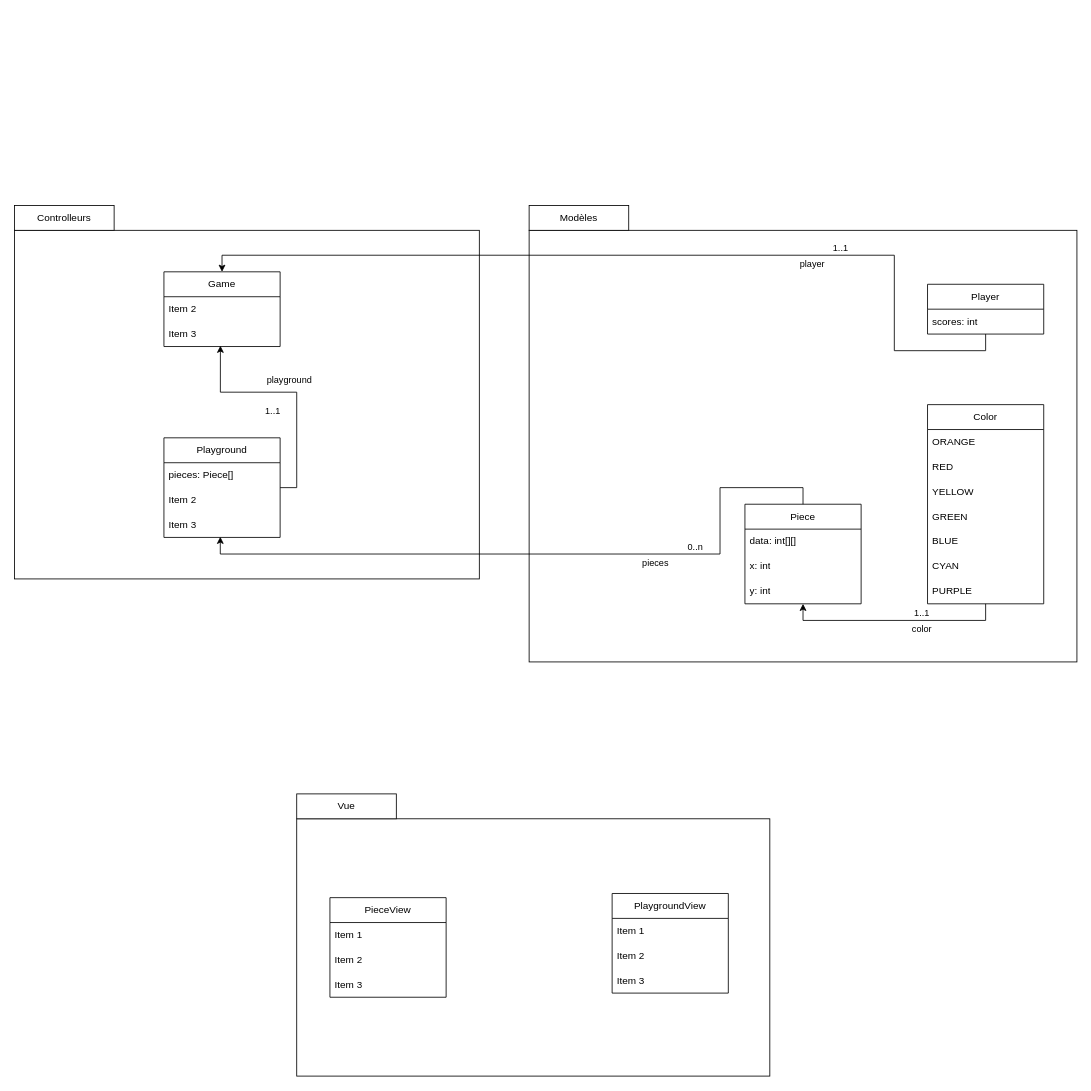
Above: UML.drawio in ESEO-School-project/Tetris (draw.io), before the change. Source tidied: cells renumbered, new cells numbered last; positions are measured from the earlier drawing's top-left corner, leaving out a move shared by most shapes. Both pictures are drawn from the tidied source at 83%, with x=0, y=0 at pixel (14, 205).
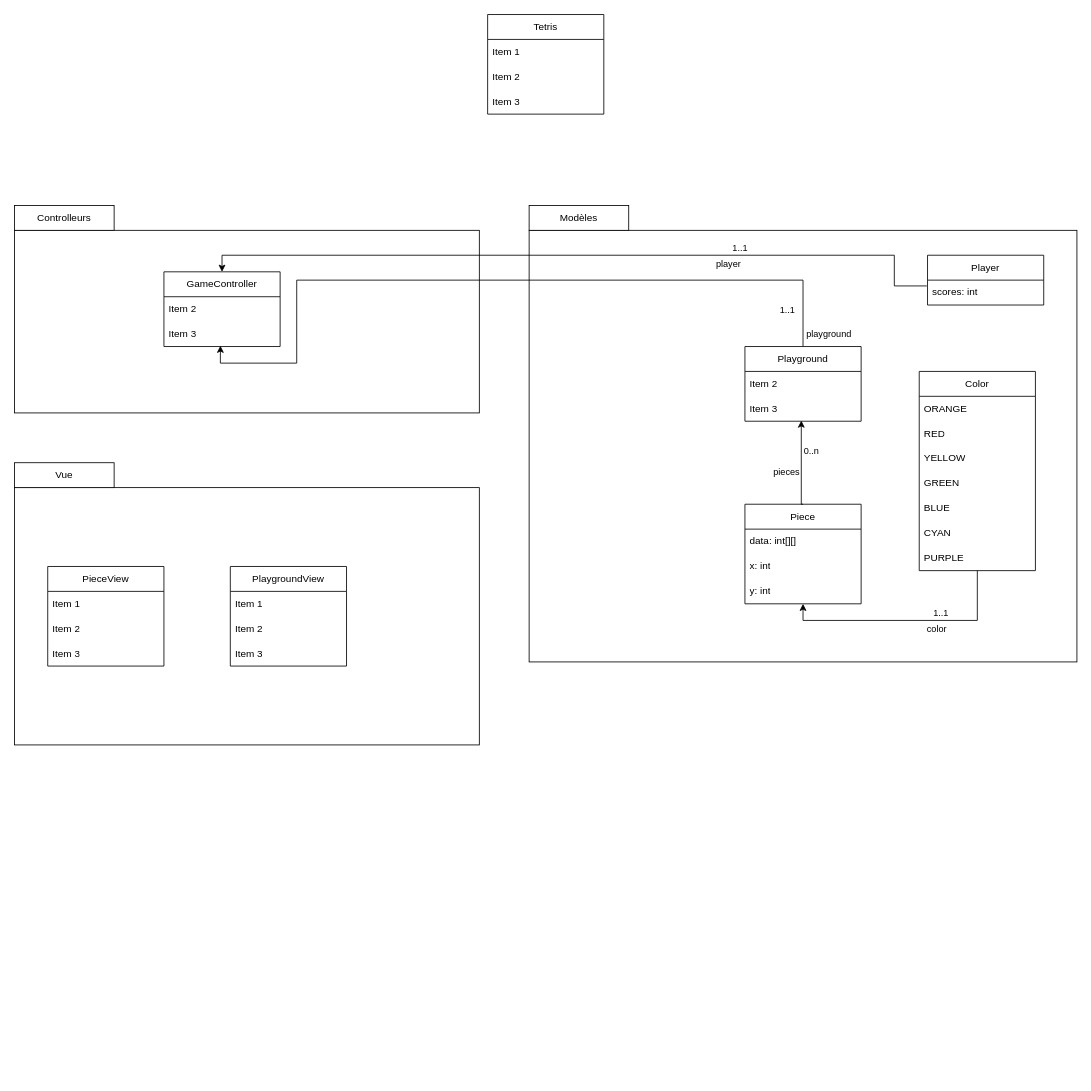
The same diagram, later.

Commit message (it also covers changes not shown here):
Mettre à jour UML.drawio

Unchanged cells that the change refers to:
```xml
<mxCell id="6" value="Item 3" style="text;strokeColor=none;fillColor=none;align=left;verticalAlign=middle;spacingLeft=4;spacingRight=4;overflow=hidden;points=[[0,0.5],[1,0.5]];portConstraint=eastwest;whiteSpace=wrap;html=1;" parent="4" vertex="1">
  <mxGeometry y="60" width="140" height="30" as="geometry" />
</mxCell>
<mxCell id="11" value="scores: int" style="text;strokeColor=none;fillColor=none;align=left;verticalAlign=middle;spacingLeft=4;spacingRight=4;overflow=hidden;points=[[0,0.5],[1,0.5]];portConstraint=eastwest;whiteSpace=wrap;html=1;" parent="10" vertex="1">
  <mxGeometry y="30" width="140" height="30" as="geometry" />
</mxCell>
<mxCell id="16" value="Piece" style="swimlane;fontStyle=0;horizontal=1;startSize=30;whiteSpace=wrap;html=1;" parent="1" vertex="1">
  <mxGeometry x="880" y="360" width="140" height="120" as="geometry" />
</mxCell>
```

The edit, as a diff of the source:
```diff
@@
     <mxCell id="2" style="rounded=0;whiteSpace=wrap;html=1;" parent="1" vertex="1">
-      <mxGeometry y="30" width="560" height="420" as="geometry" />
+      <mxGeometry y="30" width="560" height="220" as="geometry" />
     </mxCell>
@@
-    <mxCell id="4" value="Game" style="swimlane;fontStyle=0;horizontal=1;startSize=30;whiteSpace=wrap;html=1;" parent="1" vertex="1">
+    <mxCell id="4" value="GameController" style="swimlane;fontStyle=0;horizontal=1;startSize=30;whiteSpace=wrap;html=1;" parent="1" vertex="1">
       <mxGeometry x="180" y="80" width="140" height="90" as="geometry" />
     </mxCell>
@@
-    <mxCell id="7" style="edgeStyle=orthogonalEdgeStyle;rounded=0;jettySize=auto;html=1;exitX=0.5;exitY=1;exitDx=0;exitDy=0;entryX=0.5;entryY=0;entryDx=0;entryDy=0;" parent="1" edge="1" source="10" target="4">
+    <mxCell id="7" style="edgeStyle=orthogonalEdgeStyle;rounded=0;jettySize=auto;html=1;entryX=0.5;entryY=0;entryDx=0;entryDy=0;exitX=-0.006;exitY=0.233;exitDx=0;exitDy=0;exitPerimeter=0;" parent="1" edge="1" source="11" target="4">
       <mxGeometry relative="1" as="geometry">
         <Array as="points">
-          <mxPoint x="1170" y="175" />
-          <mxPoint x="1060" y="175" />
+          <mxPoint x="1060" y="97" />
           <mxPoint x="1060" y="60" />
           <mxPoint x="250" y="60" />
         </Array>
       </mxGeometry>
     </mxCell>
@@
     <mxCell id="10" value="Player" style="swimlane;fontStyle=0;horizontal=1;startSize=30;whiteSpace=wrap;html=1;" parent="1" vertex="1">
-      <mxGeometry x="1100" y="95" width="140" height="60" as="geometry" />
+      <mxGeometry x="1100" y="60" width="140" height="60" as="geometry" />
     </mxCell>
@@
     <mxCell id="12" value="Playground" style="swimlane;fontStyle=0;horizontal=1;startSize=30;whiteSpace=wrap;html=1;" parent="1" vertex="1">
-      <mxGeometry x="180" y="280" width="140" height="120" as="geometry" />
+      <mxGeometry x="880" y="170" width="140" height="90" as="geometry" />
     </mxCell>
-    <mxCell id="13" value="pieces: Piece[]" style="text;strokeColor=none;fillColor=none;align=left;verticalAlign=middle;spacingLeft=4;spacingRight=4;overflow=hidden;whiteSpace=wrap;html=1;" parent="12" vertex="1">
-      <mxGeometry y="30" width="140" height="30" as="geometry" />
-    </mxCell>
     <mxCell id="14" value="Item 2" style="text;strokeColor=none;fillColor=none;align=left;verticalAlign=middle;spacingLeft=4;spacingRight=4;overflow=hidden;whiteSpace=wrap;html=1;" parent="12" vertex="1">
-      <mxGeometry y="60" width="140" height="30" as="geometry" />
+      <mxGeometry y="30" width="140" height="30" as="geometry" />
     </mxCell>
     <mxCell id="15" value="Item 3" style="text;strokeColor=none;fillColor=none;align=left;verticalAlign=middle;spacingLeft=4;spacingRight=4;overflow=hidden;points=[[0,0.5],[1,0.5]];portConstraint=eastwest;whiteSpace=wrap;html=1;" parent="12" vertex="1">
-      <mxGeometry y="90" width="140" height="30" as="geometry" />
+      <mxGeometry y="60" width="140" height="30" as="geometry" />
     </mxCell>
@@
     <mxCell id="20" value="Color" style="swimlane;fontStyle=0;horizontal=1;startSize=30;whiteSpace=wrap;html=1;" parent="1" vertex="1">
-      <mxGeometry x="1100" y="240" width="140" height="240" as="geometry" />
+      <mxGeometry x="1090" y="200" width="140" height="240" as="geometry" />
     </mxCell>
@@
-    <mxCell id="28" style="edgeStyle=orthogonalEdgeStyle;rounded=0;jettySize=auto;html=1;exitX=1;exitY=0.5;exitDx=0;exitDy=0;entryX=0.486;entryY=0.967;entryDx=0;entryDy=0;entryPerimeter=0;" parent="1" edge="1" source="12" target="6">
-      <mxGeometry relative="1" as="geometry" />
+    <mxCell id="28" style="edgeStyle=orthogonalEdgeStyle;rounded=0;jettySize=auto;html=1;exitX=0.5;exitY=0;exitDx=0;exitDy=0;entryX=0.486;entryY=0.967;entryDx=0;entryDy=0;entryPerimeter=0;" parent="1" edge="1" source="12" target="6">
+      <mxGeometry relative="1" as="geometry">
+        <Array as="points">
+          <mxPoint x="950" y="90" />
+          <mxPoint x="340" y="90" />
+          <mxPoint x="340" y="190" />
+          <mxPoint x="248" y="190" />
+        </Array>
+      </mxGeometry>
     </mxCell>
     <mxCell id="29" value="1..1" style="edgeLabel;html=1;align=center;verticalAlign=middle;" parent="28" vertex="1">
       <mxGeometry x="-0.53" y="-1" relative="1" as="geometry">
-        <mxPoint x="-31" y="-46" as="offset" />
+        <mxPoint x="112" y="36" as="offset" />
       </mxGeometry>
     </mxCell>
     <mxCell id="30" value="playground" style="edgeLabel;html=1;align=center;verticalAlign=middle;" parent="1" vertex="1">
-      <mxGeometry x="280" y="150" as="geometry">
+      <mxGeometry x="930" y="95" as="geometry">
         <mxPoint x="50" y="59" as="offset" />
       </mxGeometry>
     </mxCell>
@@
     <mxCell id="34" style="edgeStyle=orthogonalEdgeStyle;rounded=0;jettySize=auto;html=1;exitX=0.5;exitY=0;exitDx=0;exitDy=0;entryX=0.485;entryY=0.974;entryDx=0;entryDy=0;entryPerimeter=0;" parent="1" edge="1" source="16" target="15">
       <mxGeometry relative="1" as="geometry">
         <Array as="points">
-          <mxPoint x="950" y="340" />
-          <mxPoint x="850" y="340" />
-          <mxPoint x="850" y="420" />
-          <mxPoint x="248" y="420" />
+          <mxPoint x="948" y="360" />
         </Array>
       </mxGeometry>
     </mxCell>
     <mxCell id="35" value="0..n" style="edgeLabel;html=1;align=center;verticalAlign=middle;" parent="34" vertex="1">
       <mxGeometry x="0.04" y="1" relative="1" as="geometry">
-        <mxPoint x="197" y="-10" as="offset" />
+        <mxPoint x="13" y="-14" as="offset" />
       </mxGeometry>
     </mxCell>
     <mxCell id="36" value="pieces" style="edgeLabel;html=1;align=center;verticalAlign=middle;" parent="34" vertex="1">
       <mxGeometry x="-0.3" y="-1" relative="1" as="geometry">
-        <mxPoint x="9" y="11" as="offset" />
+        <mxPoint x="-19" y="-6" as="offset" />
       </mxGeometry>
     </mxCell>
@@
     <mxCell id="39" style="rounded=0;whiteSpace=wrap;html=1;" parent="1" vertex="1">
-      <mxGeometry x="340" y="739" width="570" height="310" as="geometry" />
+      <mxGeometry y="340" width="560" height="310" as="geometry" />
     </mxCell>
     <mxCell id="40" value="Vue" style="rounded=0;whiteSpace=wrap;html=1;" parent="1" vertex="1">
-      <mxGeometry x="340" y="709" width="120" height="30" as="geometry" />
+      <mxGeometry y="310" width="120" height="30" as="geometry" />
     </mxCell>
     <mxCell id="41" value="PieceView" style="swimlane;fontStyle=0;horizontal=1;startSize=30;whiteSpace=wrap;html=1;" parent="1" vertex="1">
-      <mxGeometry x="380" y="834" width="140" height="120" as="geometry" />
+      <mxGeometry x="40" y="435" width="140" height="120" as="geometry" />
     </mxCell>
@@
     <mxCell id="45" value="PlaygroundView" style="swimlane;fontStyle=0;horizontal=1;startSize=30;whiteSpace=wrap;html=1;" parent="1" vertex="1">
-      <mxGeometry x="720" y="829" width="140" height="120" as="geometry" />
+      <mxGeometry x="260" y="435" width="140" height="120" as="geometry" />
     </mxCell>
@@
+    <mxCell id="49" value="Tetris" style="swimlane;fontStyle=0;horizontal=1;startSize=30;whiteSpace=wrap;html=1;" parent="1" vertex="1">
+      <mxGeometry x="570" y="-230" width="140" height="120" as="geometry" />
+    </mxCell>
+    <mxCell id="50" value="Item 1" style="text;strokeColor=none;fillColor=none;align=left;verticalAlign=middle;spacingLeft=4;spacingRight=4;overflow=hidden;whiteSpace=wrap;html=1;" parent="49" vertex="1">
+      <mxGeometry y="30" width="140" height="30" as="geometry" />
+    </mxCell>
+    <mxCell id="51" value="Item 2" style="text;strokeColor=none;fillColor=none;align=left;verticalAlign=middle;spacingLeft=4;spacingRight=4;overflow=hidden;whiteSpace=wrap;html=1;" parent="49" vertex="1">
+      <mxGeometry y="60" width="140" height="30" as="geometry" />
+    </mxCell>
+    <mxCell id="52" value="Item 3" style="text;strokeColor=none;fillColor=none;align=left;verticalAlign=middle;spacingLeft=4;spacingRight=4;overflow=hidden;whiteSpace=wrap;html=1;" parent="49" vertex="1">
+      <mxGeometry y="90" width="140" height="30" as="geometry" />
+    </mxCell>
```
